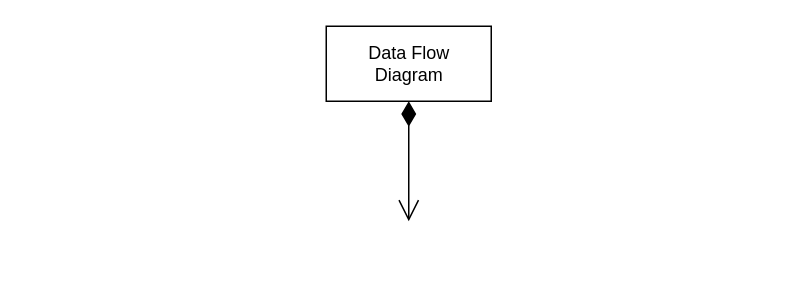
The draw.io diagram page "Seite-1" (1 of 5) of presentation/mm01.drawio in FluidTrust/Palladio-Supporting-DataFlowDiagram, before the edit. Source tidied: cells renumbered, new cells numbered last; positions are measured from the earlier drawing's top-left corner, leaving out a move shared by most shapes. Both pictures are drawn from the tidied source at 150%, with x=0, y=0 at pixel (326, 26).
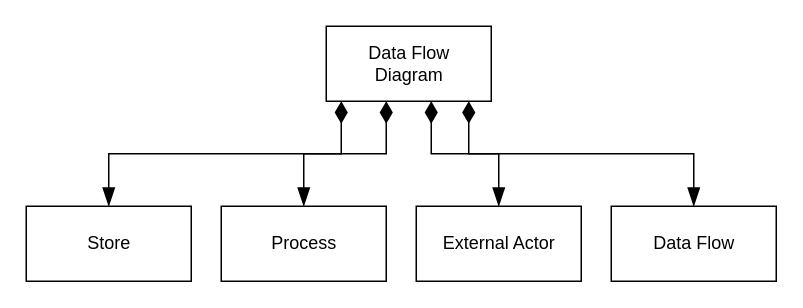
The same diagram, later.

Commit message:
modify meta model drawing

Change to the diagram source:
```diff
@@
 <mxGraphModel>
   <root>
     <mxCell id="0" />
     <mxCell id="1" parent="0" />
     <mxCell id="2" value="Data Flow&lt;br&gt;Diagram" style="html=1;" parent="1" vertex="1">
       <mxGeometry width="110" height="50" as="geometry" />
     </mxCell>
-    <mxCell id="3" style="endArrow=open;html=1;endSize=12;startArrow=diamondThin;startSize=14;startFill=1;edgeStyle=orthogonalEdgeStyle;align=left;verticalAlign=bottom;exitX=0.5;exitY=1;exitDx=0;exitDy=0;" parent="1" edge="1" source="2">
-      <mxGeometry x="-1" y="3" relative="1" as="geometry">
-        <mxPoint x="55" y="130" as="targetPoint" />
-      </mxGeometry>
-    </mxCell>
+    <mxCell id="4" value="Store" style="html=1;" parent="1" vertex="1">
+      <mxGeometry x="-200" y="120" width="110" height="50" as="geometry" />
+    </mxCell>
+    <mxCell id="5" value="Process" style="html=1;" parent="1" vertex="1">
+      <mxGeometry x="-70" y="120" width="110" height="50" as="geometry" />
+    </mxCell>
+    <mxCell id="6" value="Data Flow" style="html=1;" parent="1" vertex="1">
+      <mxGeometry x="190" y="120" width="110" height="50" as="geometry" />
+    </mxCell>
+    <mxCell id="7" value="External Actor" style="html=1;" parent="1" vertex="1">
+      <mxGeometry x="60" y="120" width="110" height="50" as="geometry" />
+    </mxCell>
+    <mxCell id="8" style="endArrow=blockThin;html=1;endSize=10;startArrow=diamondThin;startSize=12;startFill=1;edgeStyle=orthogonalEdgeStyle;align=left;verticalAlign=bottom;entryX=0.5;entryY=0;entryDx=0;entryDy=0;rounded=0;endFill=1;" parent="1" edge="1" target="4">
+      <mxGeometry x="-1" y="3" relative="1" as="geometry">
+        <mxPoint x="10" y="50" as="sourcePoint" />
+        <Array as="points">
+          <mxPoint x="10" y="50" />
+          <mxPoint x="10" y="85" />
+          <mxPoint x="-145" y="85" />
+        </Array>
+      </mxGeometry>
+    </mxCell>
+    <mxCell id="9" style="endArrow=blockThin;html=1;endSize=10;startArrow=diamondThin;startSize=12;startFill=1;edgeStyle=orthogonalEdgeStyle;align=left;verticalAlign=bottom;entryX=0.5;entryY=0;entryDx=0;entryDy=0;rounded=0;endFill=1;" parent="1" edge="1" target="5">
+      <mxGeometry x="-1" y="3" relative="1" as="geometry">
+        <mxPoint x="40" y="50" as="sourcePoint" />
+        <Array as="points">
+          <mxPoint x="40" y="85" />
+          <mxPoint x="-15" y="85" />
+        </Array>
+      </mxGeometry>
+    </mxCell>
+    <mxCell id="10" style="endArrow=blockThin;html=1;endSize=10;startArrow=diamondThin;startSize=12;startFill=1;edgeStyle=orthogonalEdgeStyle;align=left;verticalAlign=bottom;entryX=0.5;entryY=0;entryDx=0;entryDy=0;rounded=0;endFill=1;" parent="1" edge="1" target="6">
+      <mxGeometry x="-1" y="3" relative="1" as="geometry">
+        <mxPoint x="95" y="50" as="sourcePoint" />
+        <Array as="points">
+          <mxPoint x="95" y="85" />
+          <mxPoint x="245" y="85" />
+        </Array>
+      </mxGeometry>
+    </mxCell>
+    <mxCell id="11" style="endArrow=blockThin;html=1;endSize=10;startArrow=diamondThin;startSize=12;startFill=1;edgeStyle=orthogonalEdgeStyle;align=left;verticalAlign=bottom;entryX=0.5;entryY=0;entryDx=0;entryDy=0;rounded=0;endFill=1;" parent="1" edge="1" target="7">
+      <mxGeometry x="-1" y="3" relative="1" as="geometry">
+        <mxPoint x="70" y="50" as="sourcePoint" />
+        <Array as="points">
+          <mxPoint x="70" y="85" />
+          <mxPoint x="115" y="85" />
+        </Array>
+      </mxGeometry>
+    </mxCell>
   </root>
 </mxGraphModel>
```
